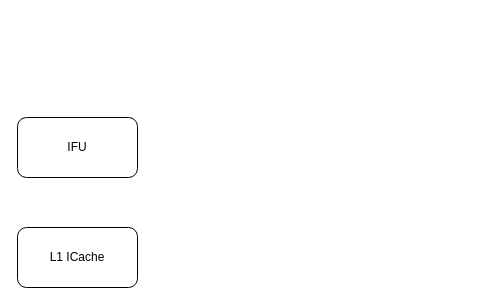
Above: DrawIO/Xiangshan-frontend.drawio in dingiso/TEST_For_Everything (draw.io), before the change. Source tidied: cells renumbered, new cells numbered last; positions are measured from the earlier drawing's top-left corner, leaving out a move shared by most shapes. Both pictures are drawn from the tidied source at 100%, with x=0, y=0 at pixel (17, 117).
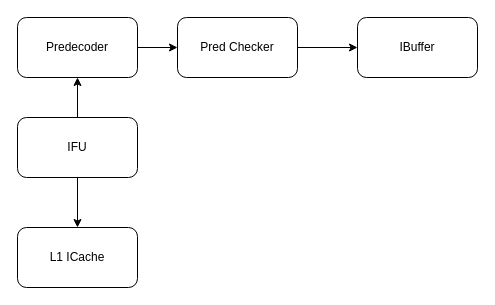
The same page after the edit.

Change to the diagram source:
```diff
@@
 <mxGraphModel>
   <root>
     <mxCell id="0" />
     <mxCell id="1" parent="0" />
+    <mxCell id="4" style="edgeStyle=orthogonalEdgeStyle;rounded=0;jettySize=auto;html=1;" parent="1" edge="1" source="2" target="9">
+      <mxGeometry relative="1" as="geometry" />
+    </mxCell>
+    <mxCell id="5" style="edgeStyle=orthogonalEdgeStyle;rounded=0;jettySize=auto;html=1;" parent="1" edge="1" source="2" target="3">
+      <mxGeometry relative="1" as="geometry" />
+    </mxCell>
     <mxCell id="2" value="&lt;div&gt;IFU&lt;/div&gt;" style="rounded=1;whiteSpace=wrap;html=1;" parent="1" vertex="1">
       <mxGeometry width="120" height="60" as="geometry" />
     </mxCell>
     <mxCell id="3" value="L1 ICache" style="rounded=1;whiteSpace=wrap;html=1;" parent="1" vertex="1">
       <mxGeometry y="110" width="120" height="60" as="geometry" />
     </mxCell>
+    <mxCell id="6" style="edgeStyle=orthogonalEdgeStyle;rounded=0;jettySize=auto;html=1;" parent="1" edge="1" source="7" target="10">
+      <mxGeometry relative="1" as="geometry" />
+    </mxCell>
+    <mxCell id="7" value="Pred Checker" style="rounded=1;whiteSpace=wrap;html=1;" parent="1" vertex="1">
+      <mxGeometry x="160" y="-100" width="120" height="60" as="geometry" />
+    </mxCell>
+    <mxCell id="8" style="edgeStyle=orthogonalEdgeStyle;rounded=0;jettySize=auto;html=1;" parent="1" edge="1" source="9" target="7">
+      <mxGeometry relative="1" as="geometry" />
+    </mxCell>
+    <mxCell id="9" value="Predecoder" style="rounded=1;whiteSpace=wrap;html=1;" parent="1" vertex="1">
+      <mxGeometry y="-100" width="120" height="60" as="geometry" />
+    </mxCell>
+    <mxCell id="10" value="IBuffer" style="rounded=1;whiteSpace=wrap;html=1;" parent="1" vertex="1">
+      <mxGeometry x="340" y="-100" width="120" height="60" as="geometry" />
+    </mxCell>
   </root>
 </mxGraphModel>
```
